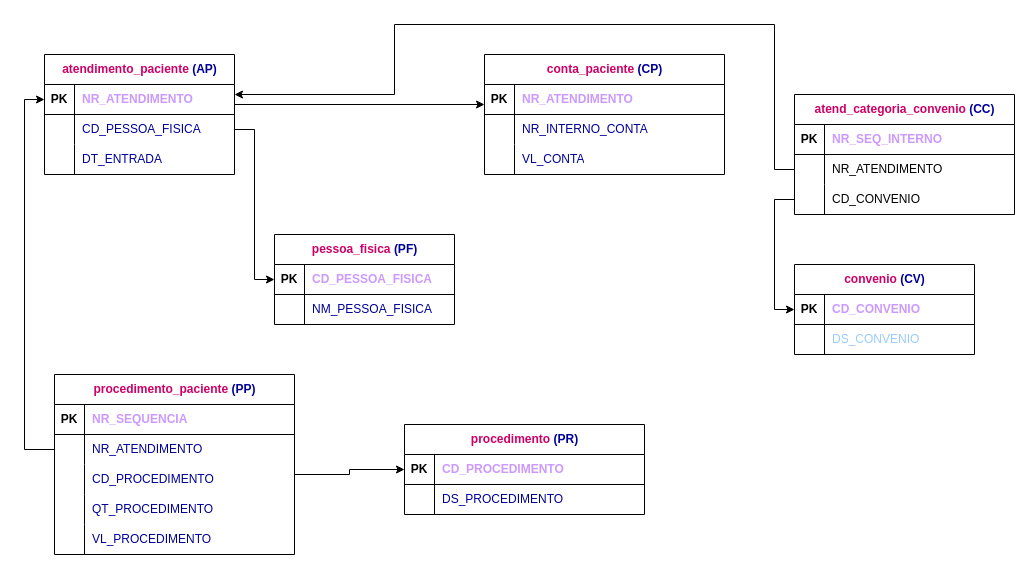
Above: Exercício13.drawio in PatriciaGavloski/diagramas.sql (draw.io), before the change. Source tidied: cells renumbered, new cells numbered last; positions are measured from the earlier drawing's top-left corner, leaving out a move shared by most shapes. Both pictures are drawn from the tidied source at 100%, with x=0, y=0 at pixel (44, 24).
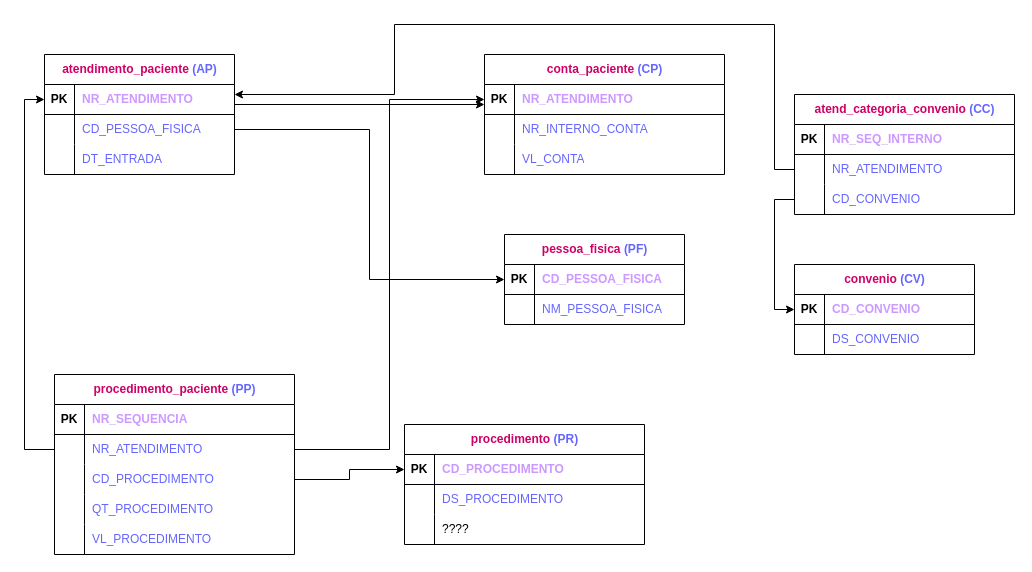
The same page after the edit.

Unchanged cells that the change refers to:
```xml
<mxCell id="3" style="shape=tableRow;horizontal=0;startSize=0;swimlaneHead=0;swimlaneBody=0;fillColor=none;points=[[0,0.5],[1,0.5]];portConstraint=eastwest;top=0;left=0;right=0;bottom=1;" parent="2" vertex="1">
  <mxGeometry y="30" width="240" height="30" as="geometry" />
</mxCell>
<mxCell id="6" style="shape=tableRow;horizontal=0;startSize=0;swimlaneHead=0;swimlaneBody=0;fillColor=none;top=0;left=0;right=0;bottom=0;" parent="2" vertex="1">
  <mxGeometry y="60" width="240" height="30" as="geometry" />
</mxCell>
<mxCell id="9" style="shape=tableRow;horizontal=0;startSize=0;swimlaneHead=0;swimlaneBody=0;fillColor=none;top=0;left=0;right=0;bottom=0;" parent="2" vertex="1">
  <mxGeometry y="90" width="240" height="30" as="geometry" />
</mxCell>
<mxCell id="16" style="shape=tableRow;horizontal=0;startSize=0;swimlaneHead=0;swimlaneBody=0;fillColor=none;points=[[0,0.5],[1,0.5]];portConstraint=eastwest;top=0;left=0;right=0;bottom=0;" parent="12" vertex="1">
  <mxGeometry y="60" width="190" height="30" as="geometry" />
</mxCell>
<mxCell id="19" style="shape=tableRow;horizontal=0;startSize=0;swimlaneHead=0;swimlaneBody=0;fillColor=none;top=0;left=0;right=0;bottom=0;" parent="12" vertex="1">
  <mxGeometry y="90" width="190" height="30" as="geometry" />
</mxCell>
<mxCell id="26" style="shape=tableRow;horizontal=0;startSize=0;swimlaneHead=0;swimlaneBody=0;fillColor=none;top=0;left=0;right=0;bottom=0;" parent="22" vertex="1">
  <mxGeometry y="60" width="180" height="30" as="geometry" />
</mxCell>
<mxCell id="33" style="shape=tableRow;horizontal=0;startSize=0;swimlaneHead=0;swimlaneBody=0;fillColor=none;points=[[0,0.5],[1,0.5]];portConstraint=eastwest;top=0;left=0;right=0;bottom=0;" parent="29" vertex="1">
  <mxGeometry y="60" width="220" height="30" as="geometry" />
</mxCell>
<mxCell id="36" style="shape=tableRow;horizontal=0;startSize=0;swimlaneHead=0;swimlaneBody=0;fillColor=none;points=[[0,0.5],[1,0.5]];portConstraint=eastwest;top=0;left=0;right=0;bottom=0;" parent="29" vertex="1">
  <mxGeometry y="90" width="220" height="30" as="geometry" />
</mxCell>
<mxCell id="44" style="shape=tableRow;horizontal=0;startSize=0;swimlaneHead=0;swimlaneBody=0;fillColor=none;top=0;left=0;right=0;bottom=0;" parent="40" vertex="1">
  <mxGeometry y="60" width="180" height="30" as="geometry" />
</mxCell>
<mxCell id="51" style="shape=tableRow;horizontal=0;startSize=0;swimlaneHead=0;swimlaneBody=0;fillColor=none;points=[[0,0.5],[1,0.5]];portConstraint=eastwest;top=0;left=0;right=0;bottom=1;" parent="50" vertex="1">
  <mxGeometry y="30" width="240" height="30" as="geometry" />
</mxCell>
<mxCell id="54" style="shape=tableRow;horizontal=0;startSize=0;swimlaneHead=0;swimlaneBody=0;fillColor=none;top=0;left=0;right=0;bottom=0;" parent="50" vertex="1">
  <mxGeometry y="60" width="240" height="30" as="geometry" />
</mxCell>
<mxCell id="61" style="shape=tableRow;horizontal=0;startSize=0;swimlaneHead=0;swimlaneBody=0;fillColor=none;points=[[0,0.5],[1,0.5]];portConstraint=eastwest;top=0;left=0;right=0;bottom=0;" parent="57" vertex="1">
  <mxGeometry y="60" width="240" height="30" as="geometry" />
</mxCell>
<mxCell id="64" style="shape=tableRow;horizontal=0;startSize=0;swimlaneHead=0;swimlaneBody=0;fillColor=none;points=[[0,0.5],[1,0.5]];portConstraint=eastwest;top=0;left=0;right=0;bottom=0;" parent="57" vertex="1">
  <mxGeometry y="90" width="240" height="30" as="geometry" />
</mxCell>
<mxCell id="67" style="shape=tableRow;horizontal=0;startSize=0;swimlaneHead=0;swimlaneBody=0;fillColor=none;top=0;left=0;right=0;bottom=0;" parent="57" vertex="1">
  <mxGeometry y="120" width="240" height="30" as="geometry" />
</mxCell>
<mxCell id="70" style="shape=tableRow;horizontal=0;startSize=0;swimlaneHead=0;swimlaneBody=0;fillColor=none;top=0;left=0;right=0;bottom=0;" parent="57" vertex="1">
  <mxGeometry y="150" width="240" height="30" as="geometry" />
</mxCell>
```

Diff of the diagram source:
```diff
@@
-    <mxCell id="2" value="&lt;font color=&quot;#cc0066&quot;&gt;conta_paciente&lt;/font&gt;&lt;font color=&quot;#000099&quot;&gt; (CP)&lt;/font&gt;" style="shape=table;startSize=30;childLayout=tableLayout;rowLines=0;fontStyle=1;align=center;html=1;" parent="1" vertex="1">
+    <mxCell id="2" value="&lt;font color=&quot;#cc0066&quot;&gt;conta_paciente&lt;/font&gt;&lt;font color=&quot;#000099&quot;&gt; &lt;/font&gt;&lt;font color=&quot;#6666ff&quot;&gt;(CP)&lt;/font&gt;" style="shape=table;startSize=30;childLayout=tableLayout;rowLines=0;fontStyle=1;align=center;html=1;" parent="1" vertex="1">
       <mxGeometry x="440" y="30" width="240" height="120" as="geometry" />
     </mxCell>
@@
-    <mxCell id="8" value="&lt;font color=&quot;#000099&quot;&gt;NR_INTERNO_CONTA&lt;/font&gt;" style="shape=partialRectangle;fillColor=none;top=0;left=0;bottom=0;right=0;align=left;spacingLeft=6;overflow=hidden;whiteSpace=wrap;html=1;" parent="6" vertex="1">
+    <mxCell id="8" value="&lt;font color=&quot;#6666ff&quot;&gt;NR_INTERNO_CONTA&lt;/font&gt;" style="shape=partialRectangle;fillColor=none;top=0;left=0;bottom=0;right=0;align=left;spacingLeft=6;overflow=hidden;whiteSpace=wrap;html=1;" parent="6" vertex="1">
       <mxGeometry x="30" width="210" height="30" as="geometry" />
     </mxCell>
@@
-    <mxCell id="11" value="&lt;font color=&quot;#000099&quot;&gt;VL_CONTA&lt;/font&gt;" style="shape=partialRectangle;fillColor=none;top=0;left=0;bottom=0;right=0;align=left;spacingLeft=6;overflow=hidden;whiteSpace=wrap;html=1;" parent="9" vertex="1">
+    <mxCell id="11" value="&lt;font color=&quot;#6666ff&quot;&gt;VL_CONTA&lt;/font&gt;" style="shape=partialRectangle;fillColor=none;top=0;left=0;bottom=0;right=0;align=left;spacingLeft=6;overflow=hidden;whiteSpace=wrap;html=1;" parent="9" vertex="1">
       <mxGeometry x="30" width="210" height="30" as="geometry" />
     </mxCell>
-    <mxCell id="12" value="&lt;font color=&quot;#cc0066&quot;&gt;atendimento_paciente &lt;/font&gt;&lt;font color=&quot;#000099&quot;&gt;(AP)&lt;/font&gt;" style="shape=table;startSize=30;childLayout=tableLayout;rowLines=0;fontStyle=1;align=center;html=1;" parent="1" vertex="1">
+    <mxCell id="12" value="&lt;font color=&quot;#cc0066&quot;&gt;atendimento_paciente &lt;/font&gt;&lt;font color=&quot;#6666ff&quot;&gt;(AP)&lt;/font&gt;" style="shape=table;startSize=30;childLayout=tableLayout;rowLines=0;fontStyle=1;align=center;html=1;" parent="1" vertex="1">
       <mxGeometry y="30" width="190" height="120" as="geometry" />
     </mxCell>
@@
-    <mxCell id="18" value="&lt;font color=&quot;#000099&quot;&gt;CD_PESSOA_FISICA&lt;/font&gt;" style="shape=partialRectangle;fillColor=none;top=0;left=0;bottom=0;right=0;align=left;spacingLeft=6;overflow=hidden;whiteSpace=wrap;html=1;" parent="16" vertex="1">
+    <mxCell id="18" value="&lt;font color=&quot;#6666ff&quot;&gt;CD_PESSOA_FISICA&lt;/font&gt;" style="shape=partialRectangle;fillColor=none;top=0;left=0;bottom=0;right=0;align=left;spacingLeft=6;overflow=hidden;whiteSpace=wrap;html=1;" parent="16" vertex="1">
       <mxGeometry x="30" width="160" height="30" as="geometry" />
     </mxCell>
@@
-    <mxCell id="21" value="&lt;font color=&quot;#000099&quot;&gt;DT_ENTRADA&lt;/font&gt;" style="shape=partialRectangle;fillColor=none;top=0;left=0;bottom=0;right=0;align=left;spacingLeft=6;overflow=hidden;whiteSpace=wrap;html=1;" parent="19" vertex="1">
+    <mxCell id="21" value="&lt;font color=&quot;#6666ff&quot;&gt;DT_ENTRADA&lt;/font&gt;" style="shape=partialRectangle;fillColor=none;top=0;left=0;bottom=0;right=0;align=left;spacingLeft=6;overflow=hidden;whiteSpace=wrap;html=1;" parent="19" vertex="1">
       <mxGeometry x="30" width="160" height="30" as="geometry" />
     </mxCell>
-    <mxCell id="22" value="&lt;font color=&quot;#cc0066&quot;&gt;pessoa_fisica &lt;/font&gt;&lt;font color=&quot;#000099&quot;&gt;(PF)&lt;/font&gt;" style="shape=table;startSize=30;childLayout=tableLayout;rowLines=0;fontStyle=1;align=center;html=1;" parent="1" vertex="1">
-      <mxGeometry x="230" y="210" width="180" height="90" as="geometry" />
+    <mxCell id="22" value="&lt;font color=&quot;#cc0066&quot;&gt;pessoa_fisica &lt;/font&gt;&lt;font color=&quot;#6666ff&quot;&gt;(PF)&lt;/font&gt;" style="shape=table;startSize=30;childLayout=tableLayout;rowLines=0;fontStyle=1;align=center;html=1;" parent="1" vertex="1">
+      <mxGeometry x="460" y="210" width="180" height="90" as="geometry" />
     </mxCell>
@@
-    <mxCell id="28" value="&lt;font color=&quot;#000099&quot;&gt;NM_PESSOA_FISICA&lt;/font&gt;" style="shape=partialRectangle;fillColor=none;top=0;left=0;bottom=0;right=0;align=left;spacingLeft=6;overflow=hidden;whiteSpace=wrap;html=1;" parent="26" vertex="1">
+    <mxCell id="28" value="&lt;font color=&quot;#6666ff&quot;&gt;NM_PESSOA_FISICA&lt;/font&gt;" style="shape=partialRectangle;fillColor=none;top=0;left=0;bottom=0;right=0;align=left;spacingLeft=6;overflow=hidden;whiteSpace=wrap;html=1;" parent="26" vertex="1">
       <mxGeometry x="30" width="150" height="30" as="geometry" />
     </mxCell>
-    <mxCell id="29" value="&lt;font color=&quot;#cc0066&quot;&gt;atend_categoria_convenio &lt;/font&gt;&lt;font color=&quot;#000099&quot;&gt;(CC)&lt;/font&gt;" style="shape=table;startSize=30;childLayout=tableLayout;rowLines=0;fontStyle=1;align=center;html=1;" parent="1" vertex="1">
+    <mxCell id="29" value="&lt;font color=&quot;#cc0066&quot;&gt;atend_categoria_convenio &lt;/font&gt;&lt;font color=&quot;#6666ff&quot;&gt;(CC)&lt;/font&gt;" style="shape=table;startSize=30;childLayout=tableLayout;rowLines=0;fontStyle=1;align=center;html=1;" parent="1" vertex="1">
       <mxGeometry x="750" y="70" width="220" height="120" as="geometry" />
     </mxCell>
@@
-    <mxCell id="35" value="NR_ATENDIMENTO" style="shape=partialRectangle;fillColor=none;top=0;left=0;bottom=0;right=0;align=left;spacingLeft=6;overflow=hidden;whiteSpace=wrap;html=1;" parent="33" vertex="1">
+    <mxCell id="35" value="&lt;font color=&quot;#6666ff&quot;&gt;NR_ATENDIMENTO&lt;/font&gt;" style="shape=partialRectangle;fillColor=none;top=0;left=0;bottom=0;right=0;align=left;spacingLeft=6;overflow=hidden;whiteSpace=wrap;html=1;" parent="33" vertex="1">
       <mxGeometry x="30" width="190" height="30" as="geometry" />
     </mxCell>
@@
-    <mxCell id="38" value="CD_CONVENIO" style="shape=partialRectangle;fillColor=none;top=0;left=0;bottom=0;right=0;align=left;spacingLeft=6;overflow=hidden;whiteSpace=wrap;html=1;" parent="36" vertex="1">
+    <mxCell id="38" value="&lt;font color=&quot;#6666ff&quot;&gt;CD_CONVENIO&lt;/font&gt;" style="shape=partialRectangle;fillColor=none;top=0;left=0;bottom=0;right=0;align=left;spacingLeft=6;overflow=hidden;whiteSpace=wrap;html=1;" parent="36" vertex="1">
       <mxGeometry x="30" width="190" height="30" as="geometry" />
     </mxCell>
@@
-    <mxCell id="40" value="&lt;font color=&quot;#cc0066&quot;&gt;convenio &lt;/font&gt;&lt;font color=&quot;#000099&quot;&gt;(CV)&lt;/font&gt;" style="shape=table;startSize=30;childLayout=tableLayout;rowLines=0;fontStyle=1;align=center;html=1;" parent="1" vertex="1">
+    <mxCell id="40" value="&lt;font color=&quot;#cc0066&quot;&gt;convenio &lt;/font&gt;&lt;font color=&quot;#6666ff&quot;&gt;(CV)&lt;/font&gt;" style="shape=table;startSize=30;childLayout=tableLayout;rowLines=0;fontStyle=1;align=center;html=1;" parent="1" vertex="1">
       <mxGeometry x="750" y="240" width="180" height="90" as="geometry" />
     </mxCell>
@@
-    <mxCell id="46" value="&lt;font color=&quot;#99ccff&quot;&gt;DS_CONVENIO&lt;/font&gt;" style="shape=partialRectangle;fillColor=none;top=0;left=0;bottom=0;right=0;align=left;spacingLeft=6;overflow=hidden;whiteSpace=wrap;html=1;" parent="44" vertex="1">
+    <mxCell id="46" value="&lt;font color=&quot;#6666ff&quot;&gt;DS_CONVENIO&lt;/font&gt;" style="shape=partialRectangle;fillColor=none;top=0;left=0;bottom=0;right=0;align=left;spacingLeft=6;overflow=hidden;whiteSpace=wrap;html=1;" parent="44" vertex="1">
       <mxGeometry x="30" width="150" height="30" as="geometry" />
     </mxCell>
@@
-    <mxCell id="50" value="&lt;font color=&quot;#cc0066&quot;&gt;procedimento &lt;/font&gt;&lt;font color=&quot;#000099&quot;&gt;(PR)&lt;/font&gt;" style="shape=table;startSize=30;childLayout=tableLayout;rowLines=0;fontStyle=1;align=center;html=1;" parent="1" vertex="1">
-      <mxGeometry x="360" y="400" width="240" height="90" as="geometry" />
+    <mxCell id="50" value="&lt;font color=&quot;#cc0066&quot;&gt;procedimento &lt;/font&gt;&lt;font color=&quot;#6666ff&quot;&gt;(PR)&lt;/font&gt;" style="shape=table;startSize=30;childLayout=tableLayout;rowLines=0;fontStyle=1;align=center;html=1;" parent="1" vertex="1">
+      <mxGeometry x="360" y="400" width="240" height="120" as="geometry" />
     </mxCell>
@@
-    <mxCell id="56" value="&lt;font color=&quot;#000099&quot;&gt;DS_PROCEDIMENTO&lt;/font&gt;" style="shape=partialRectangle;fillColor=none;top=0;left=0;bottom=0;right=0;align=left;spacingLeft=6;overflow=hidden;whiteSpace=wrap;html=1;" parent="54" vertex="1">
+    <mxCell id="56" value="&lt;font color=&quot;#6666ff&quot;&gt;DS_PROCEDIMENTO&lt;/font&gt;" style="shape=partialRectangle;fillColor=none;top=0;left=0;bottom=0;right=0;align=left;spacingLeft=6;overflow=hidden;whiteSpace=wrap;html=1;" parent="54" vertex="1">
       <mxGeometry x="30" width="210" height="30" as="geometry" />
     </mxCell>
+    <mxCell id="75" style="shape=tableRow;horizontal=0;startSize=0;swimlaneHead=0;swimlaneBody=0;fillColor=none;top=0;left=0;right=0;bottom=0;" parent="50" vertex="1">
+      <mxGeometry y="90" width="240" height="30" as="geometry" />
+    </mxCell>
+    <mxCell id="76" style="shape=partialRectangle;fillColor=none;top=0;left=0;bottom=0;right=0;overflow=hidden;whiteSpace=wrap;html=1;" parent="75" vertex="1">
+      <mxGeometry width="30" height="30" as="geometry" />
+    </mxCell>
+    <mxCell id="77" value="????" style="shape=partialRectangle;fillColor=none;top=0;left=0;bottom=0;right=0;align=left;spacingLeft=6;overflow=hidden;whiteSpace=wrap;html=1;" parent="75" vertex="1">
+      <mxGeometry x="30" width="210" height="30" as="geometry" />
+    </mxCell>
-    <mxCell id="57" value="&lt;font color=&quot;#cc0066&quot;&gt;procedimento_paciente &lt;/font&gt;&lt;font color=&quot;#000099&quot;&gt;(PP)&lt;/font&gt;" style="shape=table;startSize=30;childLayout=tableLayout;rowLines=0;fontStyle=1;align=center;html=1;" parent="1" vertex="1">
+    <mxCell id="57" value="&lt;font color=&quot;#cc0066&quot;&gt;procedimento_paciente &lt;/font&gt;&lt;font color=&quot;#6666ff&quot;&gt;(PP)&lt;/font&gt;" style="shape=table;startSize=30;childLayout=tableLayout;rowLines=0;fontStyle=1;align=center;html=1;" parent="1" vertex="1">
       <mxGeometry x="10" y="350" width="240" height="180" as="geometry" />
     </mxCell>
@@
-    <mxCell id="63" value="&lt;font color=&quot;#000099&quot;&gt;NR_ATENDIMENTO&lt;/font&gt;" style="shape=partialRectangle;fillColor=none;top=0;left=0;bottom=0;right=0;align=left;spacingLeft=6;overflow=hidden;whiteSpace=wrap;html=1;" parent="61" vertex="1">
+    <mxCell id="63" value="&lt;font color=&quot;#6666ff&quot;&gt;NR_ATENDIMENTO&lt;/font&gt;" style="shape=partialRectangle;fillColor=none;top=0;left=0;bottom=0;right=0;align=left;spacingLeft=6;overflow=hidden;whiteSpace=wrap;html=1;" parent="61" vertex="1">
       <mxGeometry x="30" width="210" height="30" as="geometry" />
     </mxCell>
@@
-    <mxCell id="66" value="&lt;font color=&quot;#000099&quot;&gt;CD_PROCEDIMENTO&lt;/font&gt;" style="shape=partialRectangle;fillColor=none;top=0;left=0;bottom=0;right=0;align=left;spacingLeft=6;overflow=hidden;whiteSpace=wrap;html=1;" parent="64" vertex="1">
+    <mxCell id="66" value="&lt;font color=&quot;#6666ff&quot;&gt;CD_PROCEDIMENTO&lt;/font&gt;" style="shape=partialRectangle;fillColor=none;top=0;left=0;bottom=0;right=0;align=left;spacingLeft=6;overflow=hidden;whiteSpace=wrap;html=1;" parent="64" vertex="1">
       <mxGeometry x="30" width="210" height="30" as="geometry" />
     </mxCell>
@@
-    <mxCell id="69" value="QT_PROCEDIMENTO" style="shape=partialRectangle;fillColor=none;top=0;left=0;bottom=0;right=0;align=left;spacingLeft=6;overflow=hidden;whiteSpace=wrap;html=1;fontColor=#000099;" parent="67" vertex="1">
+    <mxCell id="69" value="&lt;font color=&quot;#6666ff&quot;&gt;QT_PROCEDIMENTO&lt;/font&gt;" style="shape=partialRectangle;fillColor=none;top=0;left=0;bottom=0;right=0;align=left;spacingLeft=6;overflow=hidden;whiteSpace=wrap;html=1;fontColor=#000099;" parent="67" vertex="1">
       <mxGeometry x="30" width="210" height="30" as="geometry" />
     </mxCell>
@@
-    <mxCell id="72" value="VL_PROCEDIMENTO" style="shape=partialRectangle;fillColor=none;top=0;left=0;bottom=0;right=0;align=left;spacingLeft=6;overflow=hidden;whiteSpace=wrap;html=1;fontColor=#000099;" parent="70" vertex="1">
+    <mxCell id="72" value="&lt;font color=&quot;#6666ff&quot;&gt;VL_PROCEDIMENTO&lt;/font&gt;" style="shape=partialRectangle;fillColor=none;top=0;left=0;bottom=0;right=0;align=left;spacingLeft=6;overflow=hidden;whiteSpace=wrap;html=1;fontColor=#000099;" parent="70" vertex="1">
       <mxGeometry x="30" width="210" height="30" as="geometry" />
     </mxCell>
@@
     <mxCell id="74" style="edgeStyle=orthogonalEdgeStyle;rounded=0;jettySize=auto;html=1;exitX=1;exitY=0.5;exitDx=0;exitDy=0;entryX=0;entryY=0.5;entryDx=0;entryDy=0;" parent="1" edge="1" source="64" target="51">
-      <mxGeometry relative="1" as="geometry">
-        <Array as="points">
-          <mxPoint x="250" y="450" />
-          <mxPoint x="305" y="450" />
-          <mxPoint x="305" y="445" />
-        </Array>
-      </mxGeometry>
+      <mxGeometry relative="1" as="geometry" />
     </mxCell>
+    <mxCell id="78" style="edgeStyle=orthogonalEdgeStyle;rounded=0;jettySize=auto;html=1;exitX=1;exitY=0.5;exitDx=0;exitDy=0;" parent="1" edge="1" source="61" target="3">
+      <mxGeometry relative="1" as="geometry">
+        <Array as="points">
+          <mxPoint x="345" y="425" />
+          <mxPoint x="345" y="75" />
+        </Array>
+      </mxGeometry>
+    </mxCell>
```
